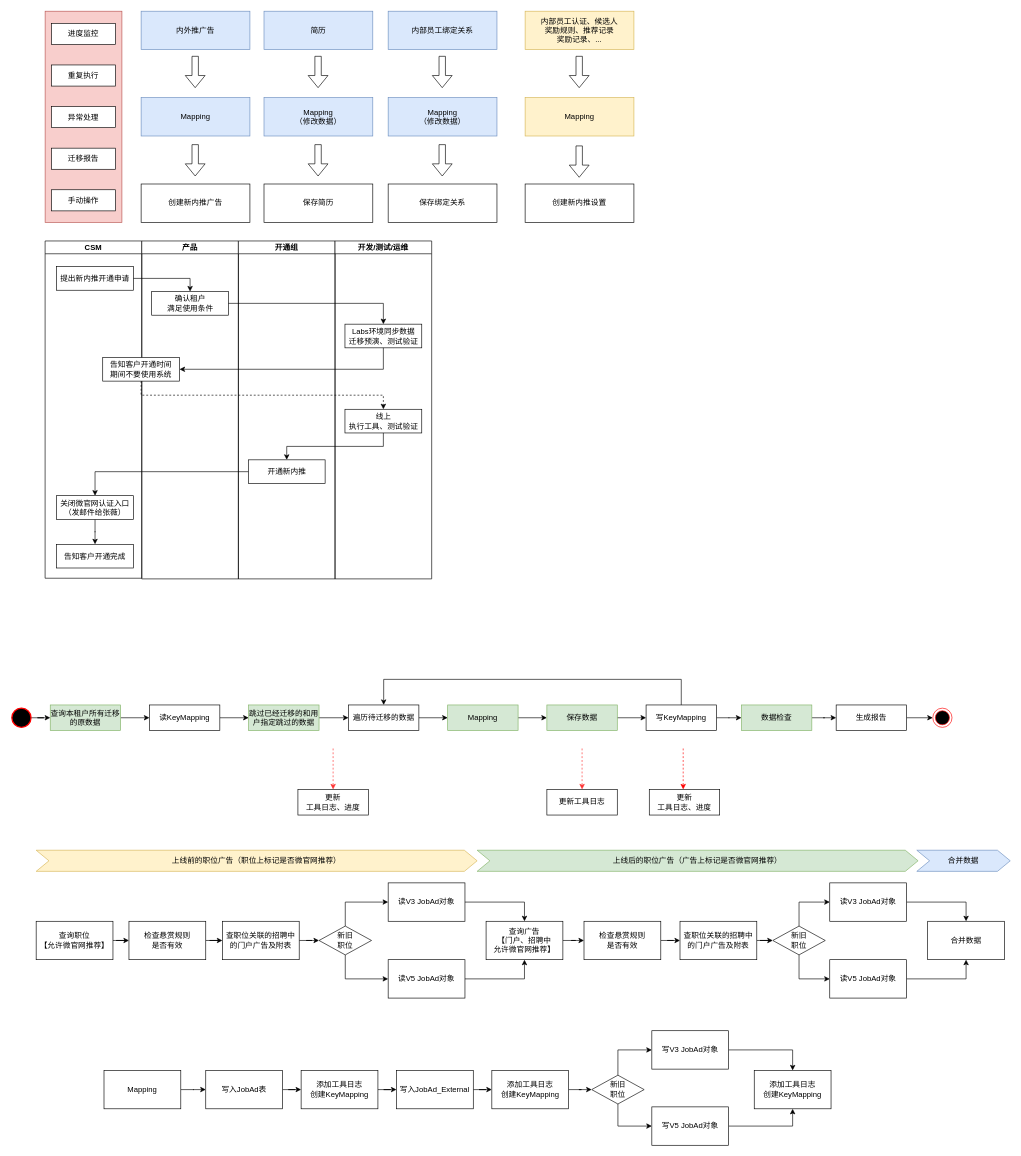
This is 内外推架构.drawio from Lucas20029/A-Beisen-MicroSite-Diagrams, a draw.io file, before an edit. Source tidied: cells renumbered, new cells numbered last; positions are measured from the earlier drawing's top-left corner, leaving out a move shared by most shapes. Both pictures are drawn from the tidied source at 64%, with x=0, y=0 at pixel (12, 11).
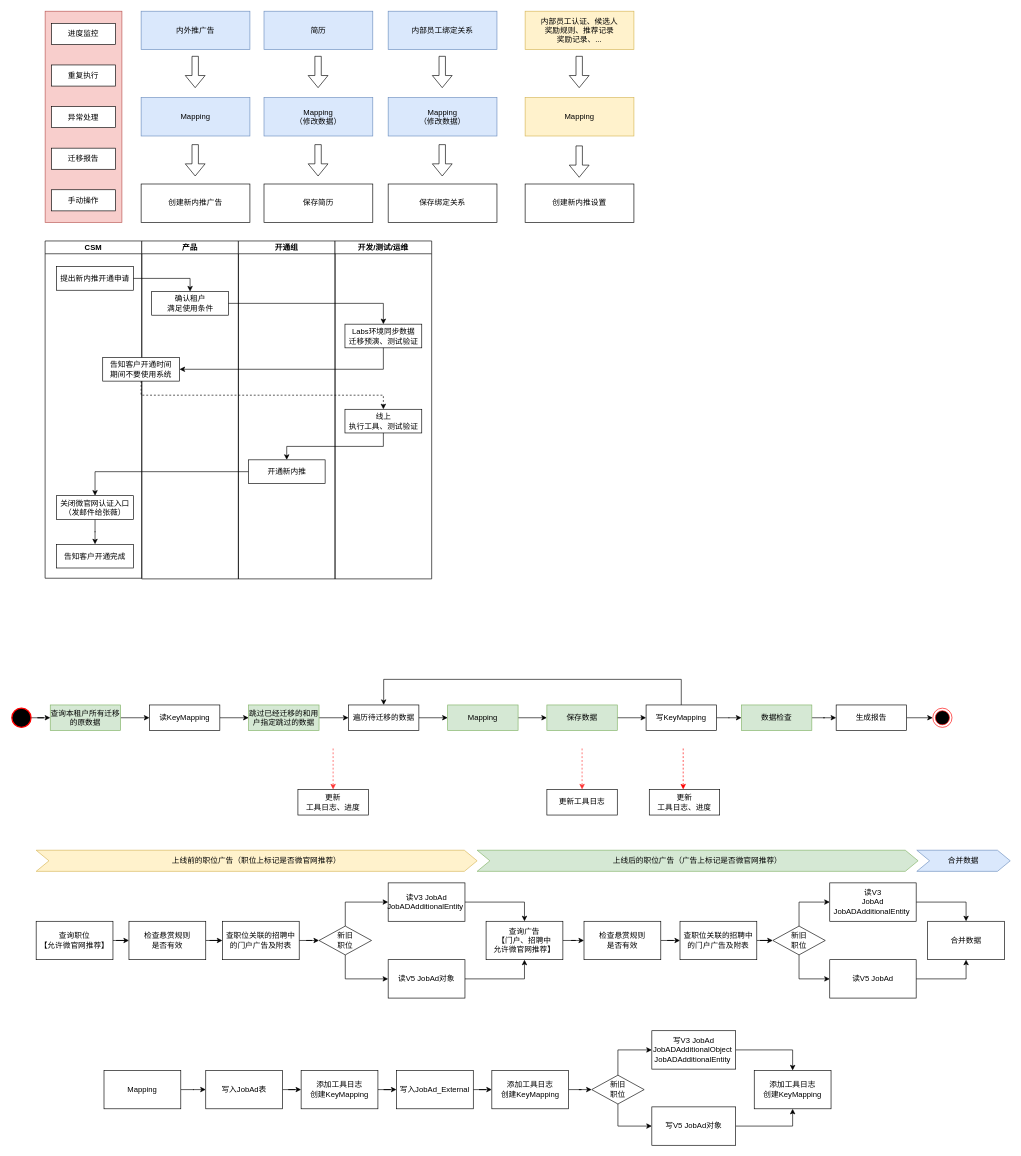
After the change.

Commit message:
Update 内外推架构.drawio

Change to the diagram source:
```diff
@@
-    <mxCell id="92" value="读V3 JobAd对象" style="whiteSpace=wrap;html=1;" parent="1" vertex="1">
+    <mxCell id="92" value="读V3 JobAd&lt;br&gt;JobADAdditionalEntity&amp;nbsp;" style="whiteSpace=wrap;html=1;" parent="1" vertex="1">
       <mxGeometry x="588" y="1362" width="120" height="60" as="geometry" />
     </mxCell>
@@
-    <mxCell id="99" value="读V3 JobAd对象" style="whiteSpace=wrap;html=1;" parent="1" vertex="1">
-      <mxGeometry x="1278" y="1362" width="120" height="60" as="geometry" />
+    <mxCell id="99" value="读V3&lt;br&gt;JobAd&lt;br&gt;JobADAdditionalEntity&amp;nbsp;" style="whiteSpace=wrap;html=1;" parent="1" vertex="1">
+      <mxGeometry x="1278" y="1362" width="135" height="60" as="geometry" />
     </mxCell>
@@
-    <mxCell id="101" value="读V5 JobAd对象" style="whiteSpace=wrap;html=1;" parent="1" vertex="1">
-      <mxGeometry x="1278" y="1482" width="120" height="60" as="geometry" />
+    <mxCell id="101" value="读V5 JobAd" style="whiteSpace=wrap;html=1;" parent="1" vertex="1">
+      <mxGeometry x="1278" y="1482" width="135" height="60" as="geometry" />
     </mxCell>
@@
-    <mxCell id="116" value="写V3 JobAd对象" style="whiteSpace=wrap;html=1;" parent="1" vertex="1">
-      <mxGeometry x="1000" y="1593" width="120" height="60" as="geometry" />
+    <mxCell id="116" value="写V3 JobAd&lt;br&gt;JobADAdditionalObject&amp;nbsp;&lt;br&gt;JobADAdditionalEntity&amp;nbsp;" style="whiteSpace=wrap;html=1;" parent="1" vertex="1">
+      <mxGeometry x="1000" y="1593" width="131" height="60" as="geometry" />
     </mxCell>
@@
     <mxCell id="118" value="写V5 JobAd对象" style="whiteSpace=wrap;html=1;" parent="1" vertex="1">
-      <mxGeometry x="1000" y="1712" width="120" height="60" as="geometry" />
+      <mxGeometry x="1000" y="1712" width="131" height="60" as="geometry" />
     </mxCell>
```
